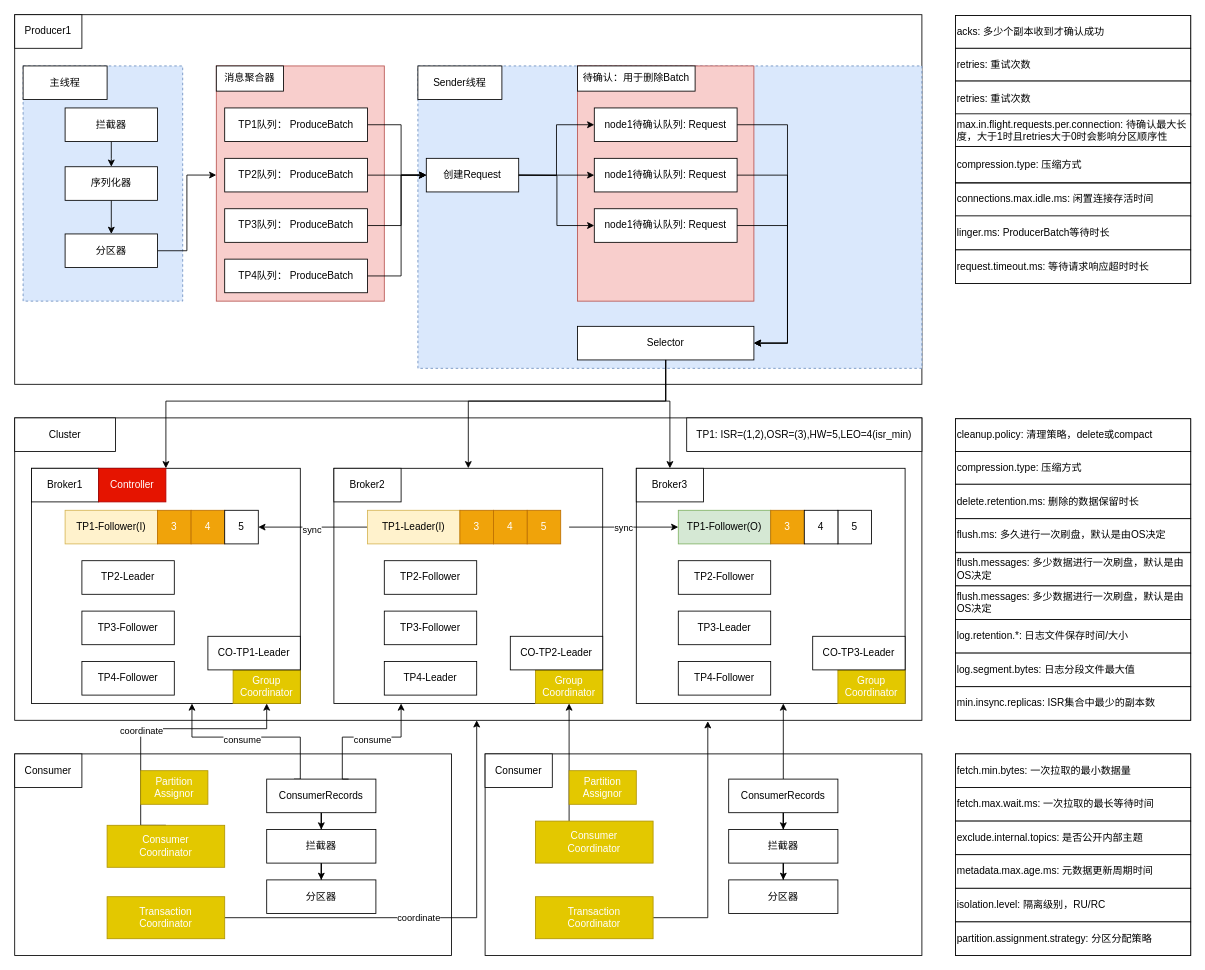
Above: kafka_arch.drawio in bulletjet786/drawio (draw.io), before the change. Source tidied: cells renumbered, new cells numbered last; positions are measured from the earlier drawing's top-left corner, leaving out a move shared by most shapes. Both pictures are drawn from the tidied source at 84%, with x=0, y=0 at pixel (14, 14).
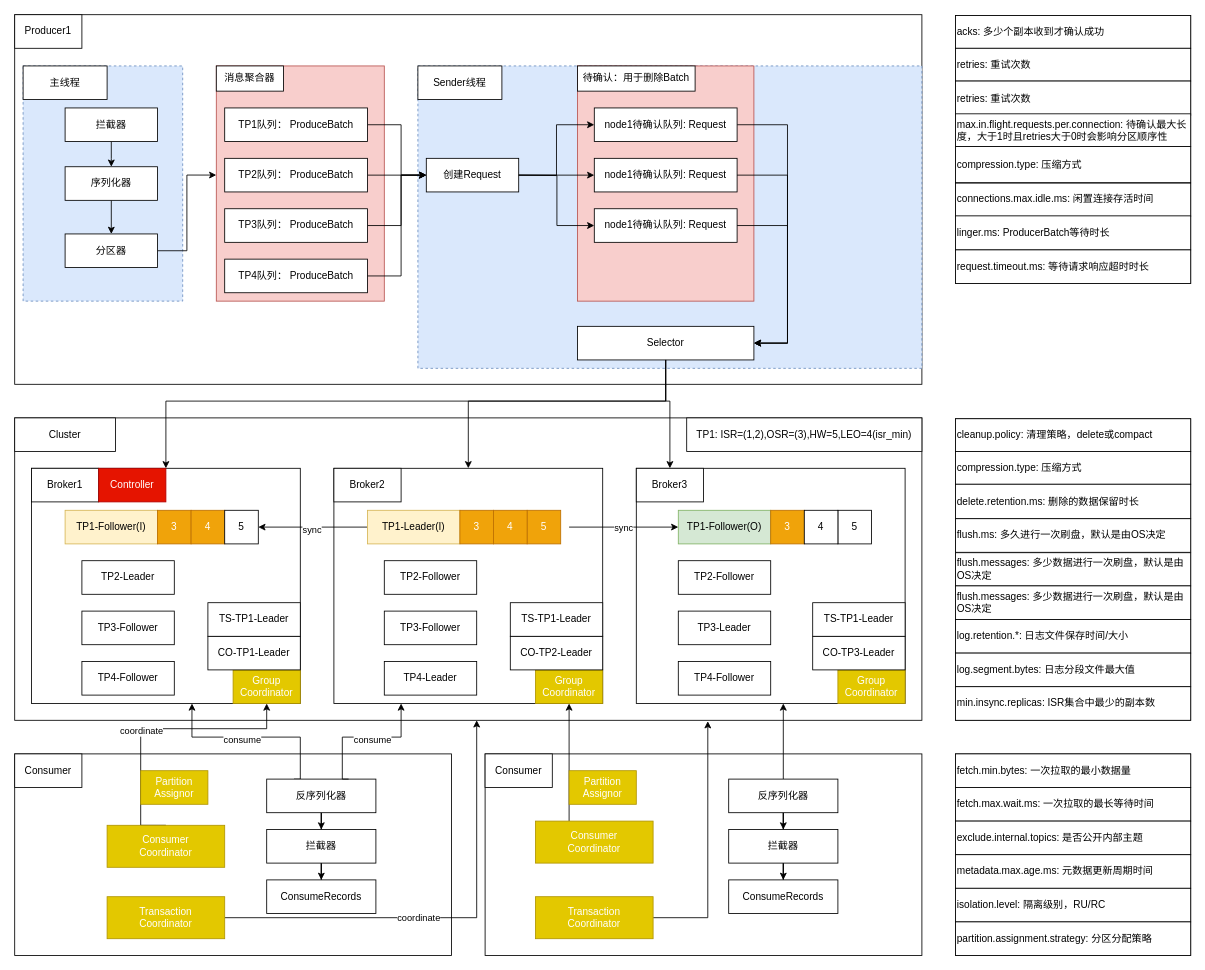
The same diagram, later.

Change to the diagram source:
```diff
@@
-    <mxCell id="89" value="ConsumerRecords" style="rounded=0;whiteSpace=wrap;html=1;" parent="1" vertex="1">
+    <mxCell id="89" value="反序列化器" style="rounded=0;whiteSpace=wrap;html=1;" parent="1" vertex="1">
       <mxGeometry x="300" y="910" width="130" height="40" as="geometry" />
     </mxCell>
@@
-    <mxCell id="94" value="分区器" style="rounded=0;whiteSpace=wrap;html=1;" parent="1" vertex="1">
+    <mxCell id="94" value="ConsumeRecords" style="rounded=0;whiteSpace=wrap;html=1;" parent="1" vertex="1">
       <mxGeometry x="300" y="1030" width="130" height="40" as="geometry" />
     </mxCell>
@@
-    <mxCell id="98" value="ConsumerRecords" style="rounded=0;whiteSpace=wrap;html=1;" parent="1" vertex="1">
+    <mxCell id="98" value="反序列化器" style="rounded=0;whiteSpace=wrap;html=1;" parent="1" vertex="1">
       <mxGeometry x="850" y="910" width="130" height="40" as="geometry" />
     </mxCell>
@@
-    <mxCell id="101" value="分区器" style="rounded=0;whiteSpace=wrap;html=1;" parent="1" vertex="1">
+    <mxCell id="101" value="ConsumeRecords" style="rounded=0;whiteSpace=wrap;html=1;" parent="1" vertex="1">
       <mxGeometry x="850" y="1030" width="130" height="40" as="geometry" />
     </mxCell>
@@
+    <mxCell id="138" value="TS-TP1-Leader" style="rounded=0;whiteSpace=wrap;html=1;" parent="1" vertex="1">
+      <mxGeometry x="230" y="700" width="110" height="40" as="geometry" />
+    </mxCell>
+    <mxCell id="139" value="TS-TP1-Leader" style="rounded=0;whiteSpace=wrap;html=1;" parent="1" vertex="1">
+      <mxGeometry x="590" y="700" width="110" height="40" as="geometry" />
+    </mxCell>
+    <mxCell id="140" value="TS-TP1-Leader" style="rounded=0;whiteSpace=wrap;html=1;" parent="1" vertex="1">
+      <mxGeometry x="950" y="700" width="110" height="40" as="geometry" />
+    </mxCell>
```
